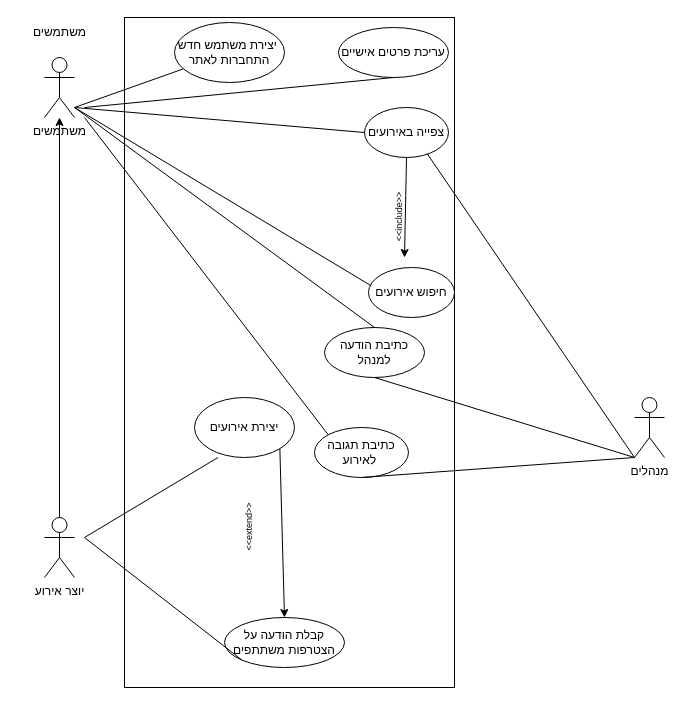
Before: useCase/usecaes.drawio in NeoZi12/NeoAndLeon, a draw.io diagram. Source tidied: cells renumbered, new cells numbered last; positions are measured from the earlier drawing's top-left corner, leaving out a move shared by most shapes. Both pictures are drawn from the tidied source at 100%, with x=0, y=0 at pixel (16, 17).
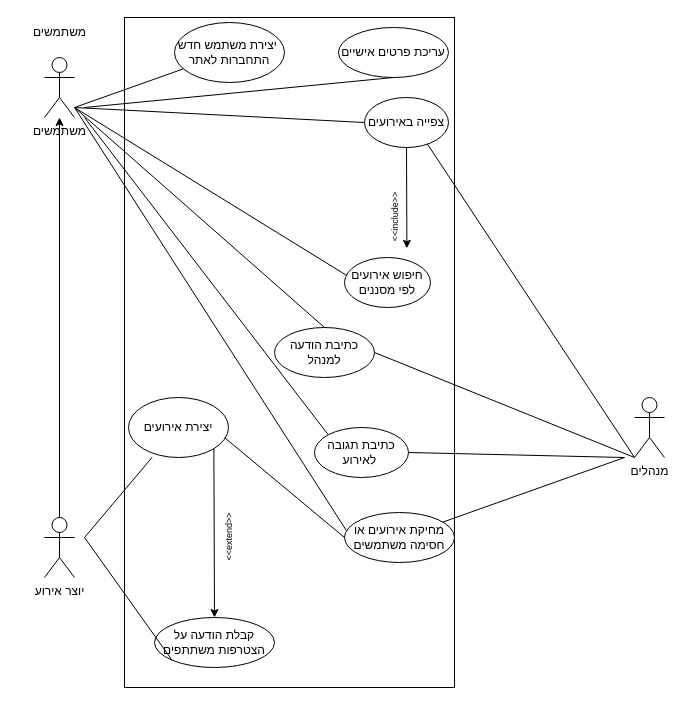
Above is the later version.

Unchanged cells that the change refers to:
```xml
<mxCell id="12" value="כתיבת תגובה לאירוע&amp;nbsp;" style="ellipse;whiteSpace=wrap;html=1;" parent="1" vertex="1">
  <mxGeometry x="298" y="410" width="94" height="50" as="geometry" />
</mxCell>
```

What changed in the source:
```diff
@@
-    <mxCell id="9" value="חיפוש אירועים" style="ellipse;whiteSpace=wrap;html=1;" parent="1" vertex="1">
-      <mxGeometry x="352" y="250" width="86" height="50" as="geometry" />
+    <mxCell id="9" value="חיפוש אירועים לפי מסננים" style="ellipse;whiteSpace=wrap;html=1;" parent="1" vertex="1">
+      <mxGeometry x="328" y="240" width="86" height="50" as="geometry" />
     </mxCell>
     <mxCell id="10" value="צפייה באירועים" style="ellipse;whiteSpace=wrap;html=1;" parent="1" vertex="1">
-      <mxGeometry x="348" y="90" width="84" height="50" as="geometry" />
+      <mxGeometry x="348" y="80" width="84" height="50" as="geometry" />
     </mxCell>
     <mxCell id="11" value="יצירת אירועים" style="ellipse;whiteSpace=wrap;html=1;" parent="1" vertex="1">
-      <mxGeometry x="178" y="380" width="100" height="60" as="geometry" />
+      <mxGeometry x="112" y="380" width="100" height="60" as="geometry" />
     </mxCell>
@@
     <mxCell id="13" value="כתיבת הודעה למנהל" style="ellipse;whiteSpace=wrap;html=1;" parent="1" vertex="1">
-      <mxGeometry x="308" y="310" width="100" height="50" as="geometry" />
+      <mxGeometry x="258" y="310" width="100" height="50" as="geometry" />
     </mxCell>
-    <mxCell id="14" style="endArrow=classic;html=1;rounded=0;exitX=0.5;exitY=1;exitDx=0;exitDy=0;" parent="1" edge="1" source="10">
-      <mxGeometry relative="1" as="geometry">
-        <mxPoint x="388" y="240" as="targetPoint" />
-      </mxGeometry>
+    <mxCell id="14" style="endArrow=classic;html=1;rounded=0;entryX=0.06;entryY=1.07;entryDx=0;entryDy=0;entryPerimeter=0;" parent="1" edge="1" source="10" target="15">
+      <mxGeometry relative="1" as="geometry" />
     </mxCell>
     <mxCell id="15" value="&amp;lt;&amp;lt;include&amp;gt;&amp;gt;" style="text;html=1;align=center;verticalAlign=middle;points=[];strokeColor=none;fillColor=none;rotation=-90;fontSize=9;" parent="1" vertex="1">
-      <mxGeometry x="348" y="190" width="70" height="20" as="geometry" />
+      <mxGeometry x="344" y="190" width="70" height="20" as="geometry" />
     </mxCell>
     <mxCell id="16" value="קבלת הודעה על הצטרפות משתתפים" style="ellipse;whiteSpace=wrap;html=1;" parent="1" vertex="1">
-      <mxGeometry x="208" y="600" width="120" height="50" as="geometry" />
+      <mxGeometry x="138" y="600" width="120" height="50" as="geometry" />
     </mxCell>
@@
     <mxCell id="24" value="&amp;lt;&amp;lt;extend&amp;gt;&amp;gt;" style="text;html=1;align=center;verticalAlign=middle;strokeColor=none;fillColor=none;rotation=-90;fontSize=9;" parent="1" vertex="1">
-      <mxGeometry x="198" y="500" width="70" height="20" as="geometry" />
+      <mxGeometry x="178" y="510" width="70" height="20" as="geometry" />
     </mxCell>
@@
-    <mxCell id="26" style="endArrow=none;html=1;rounded=0;entryX=0.5;entryY=1;entryDx=0;entryDy=0;" parent="1" edge="1" target="13">
+    <mxCell id="26" style="endArrow=none;html=1;rounded=0;entryX=1;entryY=0.5;entryDx=0;entryDy=0;" parent="1" edge="1" target="13">
       <mxGeometry relative="1" as="geometry">
         <mxPoint x="618" y="440" as="sourcePoint" />
       </mxGeometry>
     </mxCell>
-    <mxCell id="27" style="endArrow=none;html=1;rounded=0;entryX=0.5;entryY=1;entryDx=0;entryDy=0;" parent="1" edge="1" target="12">
-      <mxGeometry relative="1" as="geometry">
-        <mxPoint x="618" y="440" as="sourcePoint" />
-      </mxGeometry>
-    </mxCell>
@@
+    <mxCell id="31" style="endArrow=none;html=1;rounded=0;entryX=1;entryY=0.5;entryDx=0;entryDy=0;" parent="1" edge="1" target="12">
+      <mxGeometry relative="1" as="geometry">
+        <mxPoint x="608" y="440" as="sourcePoint" />
+      </mxGeometry>
+    </mxCell>
+    <mxCell id="32" value="מחיקת אירועים או חסימה משתמשים" style="ellipse;whiteSpace=wrap;html=1;" parent="1" vertex="1">
+      <mxGeometry x="328" y="495" width="110" height="50" as="geometry" />
+    </mxCell>
+    <mxCell id="33" style="endArrow=none;html=1;rounded=0;" parent="1" edge="1" source="32">
+      <mxGeometry relative="1" as="geometry">
+        <mxPoint x="608" y="440" as="targetPoint" />
+      </mxGeometry>
+    </mxCell>
+    <mxCell id="34" style="endArrow=none;html=1;rounded=0;exitX=0.018;exitY=0.364;exitDx=0;exitDy=0;exitPerimeter=0;" parent="1" edge="1" source="32">
+      <mxGeometry relative="1" as="geometry">
+        <mxPoint x="58" y="90" as="targetPoint" />
+      </mxGeometry>
+    </mxCell>
+    <mxCell id="35" style="endArrow=none;html=1;rounded=0;exitX=0.96;exitY=0.667;exitDx=0;exitDy=0;exitPerimeter=0;entryX=0;entryY=0.5;entryDx=0;entryDy=0;" parent="1" edge="1" source="11" target="32">
+      <mxGeometry relative="1" as="geometry" />
+    </mxCell>
```
